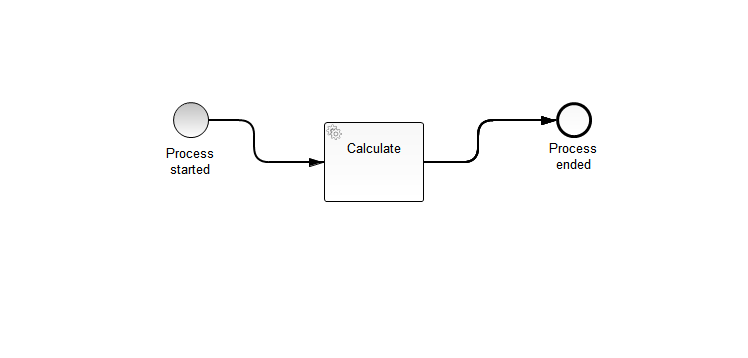
Earlier version of the BPMN export Camunda-BPM-Starter/src/main/resources/process.png (nooshinnaghavi/camundahome). Its source is kept beside it as Camunda-BPM-Starter/src/main/resources/process.bpmn. Ids are renumbered.
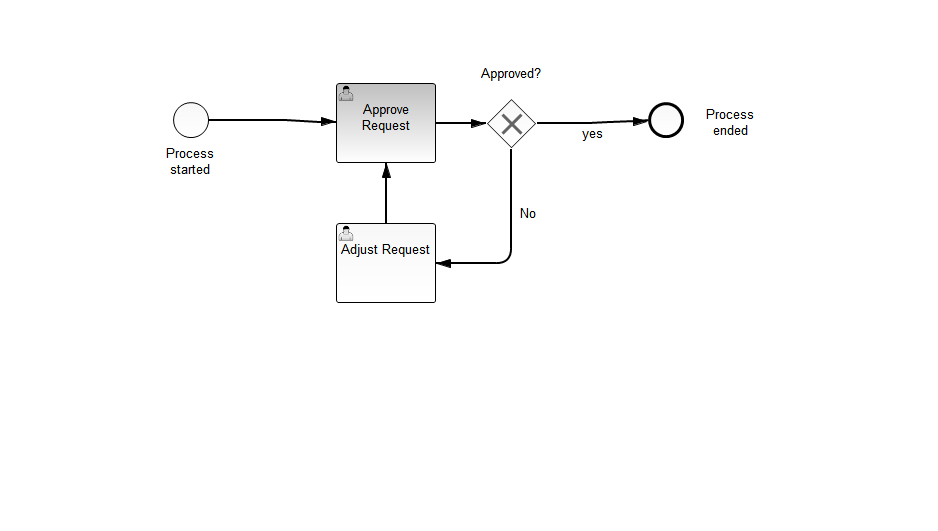
The same diagram one commit later.

Commit message:
Expose, Camunda-BPM-Starter

Change to the diagram source:
```diff
@@ -1,26 +1,68 @@
 <bpmn:definitions xmlns:xsi="http://www.w3.org/2001/XMLSchema-instance" xmlns:bpmn="http://www.omg.org/spec/BPMN/20100524/MODEL" xmlns:bpmndi="http://www.omg.org/spec/BPMN/20100524/DI" xmlns:camunda="http://camunda.org/schema/1.0/bpmn" xmlns:dc="http://www.omg.org/spec/DD/20100524/DC" xmlns:di="http://www.omg.org/spec/DD/20100524/DI" xsi:schemaLocation="http://www.omg.org/spec/BPMN/20100524/MODEL BPMN20.xsd" id="Definitions_1" exporter="camunda modeler" exporterVersion="3.0.0" targetNamespace="http://bpmn.io/schema/bpmn">
   <bpmn:process id="Camunda-BPM-Starter" name="Camunda-BPM-Starter" isExecutable="true">
-    <bpmn:startEvent id="StartEventProcessStarted" camunda:formKey="embedded:app:forms/start-form.html" name="Process&#xD;&#xA;started">
+    <bpmn:startEvent id="StartEventProcessStarted" camunda:formKey="embedded:app:forms/start-form.html" camunda:initiator="starter" name="Process&#xD;&#xA;started">
+      <bpmn:outgoing>SequenceFlow_8</bpmn:outgoing>
+    </bpmn:startEvent>
+    <bpmn:sequenceFlow id="SequenceFlow_8" name="" sourceRef="StartEventProcessStarted" targetRef="userService"/>
+    <bpmn:userTask id="userService" camunda:assignee="${starter}" name="Approve Request">
+      <bpmn:extensionElements>
+        <camunda:formData>
+          <camunda:formField id="firstname" label="Firstname" type="string">
+            <camunda:validation>
+              <camunda:constraint name="readonly"/>
+            </camunda:validation>
+          </camunda:formField>
+          <camunda:formField id="lastname" label="Lastname" type="string">
+            <camunda:validation>
+              <camunda:constraint name="readonly"/>
+            </camunda:validation>
+          </camunda:formField>
+          <camunda:formField id="email" label="Email" type="string">
+            <camunda:validation>
+              <camunda:constraint name="readonly"/>
+            </camunda:validation>
+          </camunda:formField>
+          <camunda:formField id="approved" label="Do you have approved this request?" type="boolean"/>
+          <camunda:formField id="amount" label="Amount" type="long">
+            <camunda:validation>
+              <camunda:constraint name="readonly"/>
+            </camunda:validation>
+          </camunda:formField>
+        </camunda:formData>
+      </bpmn:extensionElements>
+      <bpmn:incoming>SequenceFlow_8</bpmn:incoming>
+      <bpmn:incoming>SequenceFlow_10</bpmn:incoming>
+      <bpmn:outgoing>SequenceFlow_1</bpmn:outgoing>
+    </bpmn:userTask>
+    <bpmn:exclusiveGateway id="ExclusiveGateway_1" name="Approved?">
+      <bpmn:incoming>SequenceFlow_1</bpmn:incoming>
       <bpmn:outgoing>SequenceFlow_2</bpmn:outgoing>
-    </bpmn:startEvent>
+      <bpmn:outgoing>SequenceFlow_3</bpmn:outgoing>
+    </bpmn:exclusiveGateway>
+    <bpmn:sequenceFlow id="SequenceFlow_1" name="" sourceRef="userService" targetRef="ExclusiveGateway_1"/>
     <bpmn:endEvent id="EndEventProcessEnded" name="Process&#xA;ended">
+      <bpmn:incoming>SequenceFlow_2</bpmn:incoming>
+    </bpmn:endEvent>
+    <bpmn:sequenceFlow id="SequenceFlow_2" name="yes" sourceRef="ExclusiveGateway_1" targetRef="EndEventProcessEnded">
+      <bpmn:conditionExpression xsi:type="bpmn:tFormalExpression">${approved}</bpmn:conditionExpression>
+    </bpmn:sequenceFlow>
+    <bpmn:sequenceFlow id="SequenceFlow_3" name="No" sourceRef="ExclusiveGateway_1" targetRef="UserTask_1">
+      <bpmn:conditionExpression xsi:type="bpmn:tFormalExpression">${noapproved}</bpmn:conditionExpression>
+    </bpmn:sequenceFlow>
+    <bpmn:userTask id="UserTask_1" camunda:assignee="${starter}" name="Adjust Request">
+      <bpmn:extensionElements>
+        <camunda:formData>
+          <camunda:formField id="amount" label="Amount" type="long">
+            <camunda:validation>
+              <camunda:constraint name="required"/>
+            </camunda:validation>
+          </camunda:formField>
+        </camunda:formData>
+      </bpmn:extensionElements>
       <bpmn:incoming>SequenceFlow_3</bpmn:incoming>
-      <bpmn:incoming>SequenceFlow_4</bpmn:incoming>
-      <bpmn:incoming>SequenceFlow_5</bpmn:incoming>
-      <bpmn:incoming>SequenceFlow_6</bpmn:incoming>
-    </bpmn:endEvent>
-    <bpmn:sequenceFlow id="SequenceFlow_2" name="" sourceRef="StartEventProcessStarted" targetRef="ServiceTask_1"/>
-    <bpmn:serviceTask id="ServiceTask_1" camunda:delegateExpression="${calculateService}" name="Calculate">
-      <bpmn:incoming>SequenceFlow_2</bpmn:incoming>
-      <bpmn:outgoing>SequenceFlow_3</bpmn:outgoing>
-      <bpmn:outgoing>SequenceFlow_4</bpmn:outgoing>
-      <bpmn:outgoing>SequenceFlow_5</bpmn:outgoing>
-      <bpmn:outgoing>SequenceFlow_6</bpmn:outgoing>
-    </bpmn:serviceTask>
-    <bpmn:sequenceFlow id="SequenceFlow_3" name="" sourceRef="ServiceTask_1" targetRef="EndEventProcessEnded"/>
-    <bpmn:sequenceFlow id="SequenceFlow_4" name="" sourceRef="ServiceTask_1" targetRef="EndEventProcessEnded"/>
-    <bpmn:sequenceFlow id="SequenceFlow_5" name="" sourceRef="ServiceTask_1" targetRef="EndEventProcessEnded"/>
-    <bpmn:sequenceFlow id="SequenceFlow_6" name="" sourceRef="ServiceTask_1" targetRef="EndEventProcessEnded"/>
+      <bpmn:outgoing>SequenceFlow_10</bpmn:outgoing>
+    </bpmn:userTask>
+    <bpmn:sequenceFlow id="SequenceFlow_10" name="" sourceRef="UserTask_1" targetRef="userService"/>
   </bpmn:process>
   <bpmndi:BPMNDiagram id="BPMNDiagram_1">
     <bpmndi:BPMNPlane id="BPMNPlane_1" bpmnElement="Camunda-BPM-Starter">
@@ -28,58 +70,54 @@
         <dc:Bounds height="36.0" width="36.0" x="173.0" y="102.0"/>
       </bpmndi:BPMNShape>
       <bpmndi:BPMNShape id="EndEvent_0fkea3f_di" bpmnElement="EndEventProcessEnded">
-        <dc:Bounds height="36.0" width="36.0" x="556.0" y="102.0"/>
+        <dc:Bounds height="36.0" width="36.0" x="648.0" y="102.0"/>
         <bpmndi:BPMNLabel>
-          <dc:Bounds height="20.0" width="90.0" x="529.0" y="138.0"/>
+          <dc:Bounds height="38.0" width="54.0" x="704.0" y="104.0"/>
         </bpmndi:BPMNLabel>
       </bpmndi:BPMNShape>
-      <bpmndi:BPMNShape id="_BPMNShape_ServiceTask_3" bpmnElement="ServiceTask_1">
-        <dc:Bounds height="80.0" width="100.0" x="324.0" y="122.0"/>
+      <bpmndi:BPMNShape id="_BPMNShape_UserTask_2" bpmnElement="userService">
+        <dc:Bounds height="80.0" width="100.0" x="336.0" y="83.0"/>
       </bpmndi:BPMNShape>
-      <bpmndi:BPMNEdge id="BPMNEdge_SequenceFlow_2" bpmnElement="SequenceFlow_2" sourceElement="_BPMNShape_StartEvent_2" targetElement="_BPMNShape_ServiceTask_3">
+      <bpmndi:BPMNEdge id="BPMNEdge_SequenceFlow_8" bpmnElement="SequenceFlow_8" sourceElement="_BPMNShape_StartEvent_2" targetElement="_BPMNShape_UserTask_2">
         <di:waypoint xsi:type="dc:Point" x="209.0" y="120.0"/>
-        <di:waypoint xsi:type="dc:Point" x="254.0" y="120.0"/>
-        <di:waypoint xsi:type="dc:Point" x="254.0" y="162.0"/>
-        <di:waypoint xsi:type="dc:Point" x="324.0" y="162.0"/>
+        <di:waypoint xsi:type="dc:Point" x="272.0" y="120.0"/>
+        <di:waypoint xsi:type="dc:Point" x="336.0" y="122.0"/>
         <bpmndi:BPMNLabel>
-          <dc:Bounds height="6.0" width="6.0" x="231.0" y="120.0"/>
+          <dc:Bounds height="6.0" width="6.0" x="270.0" y="120.0"/>
         </bpmndi:BPMNLabel>
       </bpmndi:BPMNEdge>
-      <bpmndi:BPMNEdge id="BPMNEdge_SequenceFlow_3" bpmnElement="SequenceFlow_3" sourceElement="_BPMNShape_ServiceTask_3" targetElement="EndEvent_0fkea3f_di">
-        <di:waypoint xsi:type="dc:Point" x="424.0" y="162.0"/>
-        <di:waypoint xsi:type="dc:Point" x="478.0" y="162.0"/>
-        <di:waypoint xsi:type="dc:Point" x="478.0" y="120.0"/>
-        <di:waypoint xsi:type="dc:Point" x="556.0" y="120.0"/>
+      <bpmndi:BPMNShape id="_BPMNShape_ExclusiveGateway_2" bpmnElement="ExclusiveGateway_1" isMarkerVisible="true">
+        <dc:Bounds height="50.0" width="50.0" x="486.0" y="98.0"/>
         <bpmndi:BPMNLabel>
-          <dc:Bounds height="6.0" width="6.0" x="478.0" y="120.0"/>
+          <dc:Bounds height="22.0" width="66.0" x="479.0" y="63.0"/>
+        </bpmndi:BPMNLabel>
+      </bpmndi:BPMNShape>
+      <bpmndi:BPMNEdge id="BPMNEdge_SequenceFlow_1" bpmnElement="SequenceFlow_1" sourceElement="_BPMNShape_UserTask_2" targetElement="_BPMNShape_ExclusiveGateway_2">
+        <di:waypoint xsi:type="dc:Point" x="436.0" y="123.0"/>
+        <di:waypoint xsi:type="dc:Point" x="486.0" y="123.0"/>
+      </bpmndi:BPMNEdge>
+      <bpmndi:BPMNEdge id="BPMNEdge_SequenceFlow_2" bpmnElement="SequenceFlow_2" sourceElement="_BPMNShape_ExclusiveGateway_2" targetElement="EndEvent_0fkea3f_di">
+        <di:waypoint xsi:type="dc:Point" x="536.0" y="123.0"/>
+        <di:waypoint xsi:type="dc:Point" x="592.0" y="123.0"/>
+        <di:waypoint xsi:type="dc:Point" x="648.0" y="121.0"/>
+        <bpmndi:BPMNLabel>
+          <dc:Bounds height="6.0" width="6.0" x="590.0" y="123.0"/>
         </bpmndi:BPMNLabel>
       </bpmndi:BPMNEdge>
-      <bpmndi:BPMNEdge id="BPMNEdge_SequenceFlow_4" bpmnElement="SequenceFlow_4" sourceElement="_BPMNShape_ServiceTask_3" targetElement="EndEvent_0fkea3f_di">
-        <di:waypoint xsi:type="dc:Point" x="424.0" y="162.0"/>
-        <di:waypoint xsi:type="dc:Point" x="478.0" y="162.0"/>
-        <di:waypoint xsi:type="dc:Point" x="478.0" y="120.0"/>
-        <di:waypoint xsi:type="dc:Point" x="556.0" y="120.0"/>
+      <bpmndi:BPMNShape id="_BPMNShape_UserTask_3" bpmnElement="UserTask_1">
+        <dc:Bounds height="80.0" width="100.0" x="336.0" y="223.0"/>
+      </bpmndi:BPMNShape>
+      <bpmndi:BPMNEdge id="BPMNEdge_SequenceFlow_3" bpmnElement="SequenceFlow_3" sourceElement="_BPMNShape_ExclusiveGateway_2" targetElement="_BPMNShape_UserTask_3">
+        <di:waypoint xsi:type="dc:Point" x="511.0" y="148.0"/>
+        <di:waypoint xsi:type="dc:Point" x="511.0" y="263.0"/>
+        <di:waypoint xsi:type="dc:Point" x="436.0" y="263.0"/>
         <bpmndi:BPMNLabel>
-          <dc:Bounds height="6.0" width="6.0" x="478.0" y="120.0"/>
+          <dc:Bounds height="22.0" width="32.0" x="513.0" y="203.0"/>
         </bpmndi:BPMNLabel>
       </bpmndi:BPMNEdge>
-      <bpmndi:BPMNEdge id="BPMNEdge_SequenceFlow_5" bpmnElement="SequenceFlow_5" sourceElement="_BPMNShape_ServiceTask_3" targetElement="EndEvent_0fkea3f_di">
-        <di:waypoint xsi:type="dc:Point" x="424.0" y="162.0"/>
-        <di:waypoint xsi:type="dc:Point" x="478.0" y="162.0"/>
-        <di:waypoint xsi:type="dc:Point" x="478.0" y="120.0"/>
-        <di:waypoint xsi:type="dc:Point" x="556.0" y="120.0"/>
-        <bpmndi:BPMNLabel>
-          <dc:Bounds height="6.0" width="6.0" x="478.0" y="120.0"/>
-        </bpmndi:BPMNLabel>
-      </bpmndi:BPMNEdge>
-      <bpmndi:BPMNEdge id="BPMNEdge_SequenceFlow_6" bpmnElement="SequenceFlow_6" sourceElement="_BPMNShape_ServiceTask_3" targetElement="EndEvent_0fkea3f_di">
-        <di:waypoint xsi:type="dc:Point" x="424.0" y="162.0"/>
-        <di:waypoint xsi:type="dc:Point" x="478.0" y="162.0"/>
-        <di:waypoint xsi:type="dc:Point" x="478.0" y="120.0"/>
-        <di:waypoint xsi:type="dc:Point" x="556.0" y="120.0"/>
-        <bpmndi:BPMNLabel>
-          <dc:Bounds height="6.0" width="6.0" x="478.0" y="120.0"/>
-        </bpmndi:BPMNLabel>
+      <bpmndi:BPMNEdge id="BPMNEdge_SequenceFlow_10" bpmnElement="SequenceFlow_10" sourceElement="_BPMNShape_UserTask_3" targetElement="_BPMNShape_UserTask_2">
+        <di:waypoint xsi:type="dc:Point" x="386.0" y="223.0"/>
+        <di:waypoint xsi:type="dc:Point" x="386.0" y="163.0"/>
       </bpmndi:BPMNEdge>
     </bpmndi:BPMNPlane>
   </bpmndi:BPMNDiagram>
```
